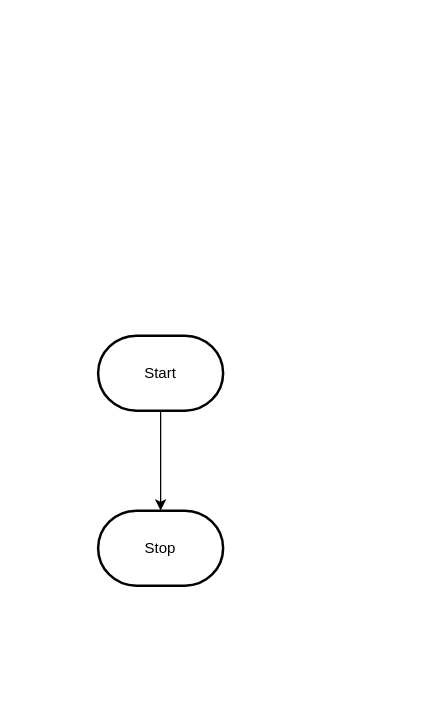
Above: design/flowchart.drawio in MTHS-ICD2O-1-2023/ICD2O-Unit-5-04-giordan-zeina (draw.io), before the change. Source tidied: cells renumbered, new cells numbered last; positions are measured from the earlier drawing's top-left corner, leaving out a move shared by most shapes. Both pictures are drawn from the tidied source at 125%, with x=0, y=0 at pixel (98, 335).
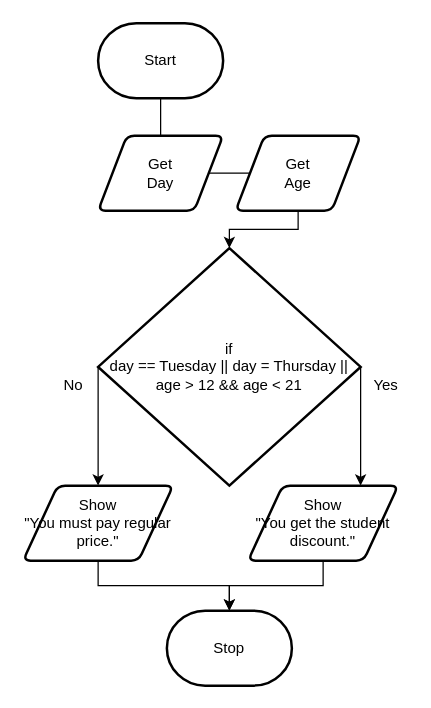
The same page after the edit.

Change to the diagram source:
```diff
@@
-    <mxCell id="2" style="edgeStyle=orthogonalEdgeStyle;html=1;rounded=0;" parent="1" edge="1" source="3" target="4">
-      <mxGeometry relative="1" as="geometry" />
-    </mxCell>
     <mxCell id="3" value="Start" style="strokeWidth=2;html=1;shape=mxgraph.flowchart.terminator;whiteSpace=wrap;" parent="1" vertex="1">
-      <mxGeometry width="100" height="60" as="geometry" />
+      <mxGeometry y="-250" width="100" height="60" as="geometry" />
     </mxCell>
     <mxCell id="4" value="Stop" style="strokeWidth=2;html=1;shape=mxgraph.flowchart.terminator;whiteSpace=wrap;" parent="1" vertex="1">
-      <mxGeometry y="140" width="100" height="60" as="geometry" />
+      <mxGeometry x="55" y="220" width="100" height="60" as="geometry" />
     </mxCell>
+    <mxCell id="5" style="edgeStyle=orthogonalEdgeStyle;html=1;rounded=0;endArrow=none;" parent="1" edge="1" source="3" target="6">
+      <mxGeometry relative="1" as="geometry" />
+    </mxCell>
+    <mxCell id="6" value="Get&lt;br&gt;Day" style="shape=parallelogram;html=1;strokeWidth=2;perimeter=parallelogramPerimeter;whiteSpace=wrap;rounded=1;arcSize=12;size=0.23;" parent="1" vertex="1">
+      <mxGeometry y="-160" width="100" height="60" as="geometry" />
+    </mxCell>
+    <mxCell id="7" style="edgeStyle=orthogonalEdgeStyle;html=1;rounded=0;startArrow=none;endArrow=none;" parent="1" edge="1" source="6" target="9">
+      <mxGeometry relative="1" as="geometry" />
+    </mxCell>
+    <mxCell id="8" style="edgeStyle=orthogonalEdgeStyle;html=1;entryX=0.5;entryY=0;entryDx=0;entryDy=0;entryPerimeter=0;rounded=0;" parent="1" edge="1" source="9" target="12">
+      <mxGeometry relative="1" as="geometry" />
+    </mxCell>
+    <mxCell id="9" value="Get&lt;br&gt;Age" style="shape=parallelogram;html=1;strokeWidth=2;perimeter=parallelogramPerimeter;whiteSpace=wrap;rounded=1;arcSize=12;size=0.23;" parent="1" vertex="1">
+      <mxGeometry x="110" y="-160" width="100" height="60" as="geometry" />
+    </mxCell>
+    <mxCell id="10" style="edgeStyle=orthogonalEdgeStyle;rounded=0;html=1;exitX=0;exitY=0.5;exitDx=0;exitDy=0;exitPerimeter=0;entryX=0.5;entryY=0;entryDx=0;entryDy=0;" parent="1" edge="1" source="12" target="16">
+      <mxGeometry relative="1" as="geometry">
+        <Array as="points">
+          <mxPoint y="120" />
+        </Array>
+      </mxGeometry>
+    </mxCell>
+    <mxCell id="11" style="edgeStyle=orthogonalEdgeStyle;rounded=0;html=1;exitX=1;exitY=0.5;exitDx=0;exitDy=0;exitPerimeter=0;entryX=0.75;entryY=0;entryDx=0;entryDy=0;" parent="1" edge="1" source="12" target="14">
+      <mxGeometry relative="1" as="geometry">
+        <Array as="points">
+          <mxPoint x="210" y="110" />
+          <mxPoint x="210" y="110" />
+        </Array>
+      </mxGeometry>
+    </mxCell>
+    <mxCell id="12" value="if&lt;br&gt;day == Tuesday || day = Thursday ||&lt;br&gt;age &amp;gt; 12 &amp;amp;&amp;amp; age &amp;lt; 21" style="strokeWidth=2;html=1;shape=mxgraph.flowchart.decision;whiteSpace=wrap;" parent="1" vertex="1">
+      <mxGeometry y="-70" width="210" height="190" as="geometry" />
+    </mxCell>
+    <mxCell id="13" style="edgeStyle=orthogonalEdgeStyle;rounded=0;html=1;" parent="1" edge="1" source="14" target="4">
+      <mxGeometry relative="1" as="geometry" />
+    </mxCell>
+    <mxCell id="14" value="Show&lt;br&gt;&quot;You get the student discount.&quot;" style="shape=parallelogram;html=1;strokeWidth=2;perimeter=parallelogramPerimeter;whiteSpace=wrap;rounded=1;arcSize=12;size=0.23;" parent="1" vertex="1">
+      <mxGeometry x="120" y="120" width="120" height="60" as="geometry" />
+    </mxCell>
+    <mxCell id="15" style="edgeStyle=orthogonalEdgeStyle;rounded=0;html=1;entryX=0.5;entryY=0;entryDx=0;entryDy=0;entryPerimeter=0;" parent="1" edge="1" source="16" target="4">
+      <mxGeometry relative="1" as="geometry" />
+    </mxCell>
+    <mxCell id="16" value="Show&lt;br&gt;&quot;You must pay regular price.&quot;" style="shape=parallelogram;html=1;strokeWidth=2;perimeter=parallelogramPerimeter;whiteSpace=wrap;rounded=1;arcSize=12;size=0.23;" parent="1" vertex="1">
+      <mxGeometry x="-60" y="120" width="120" height="60" as="geometry" />
+    </mxCell>
+    <mxCell id="17" value="No" style="text;html=1;align=center;verticalAlign=middle;strokeColor=none;fillColor=none;" parent="1" vertex="1">
+      <mxGeometry x="-40" y="25" width="40" height="30" as="geometry" />
+    </mxCell>
+    <mxCell id="18" value="Yes" style="text;html=1;align=center;verticalAlign=middle;strokeColor=none;fillColor=none;" parent="1" vertex="1">
+      <mxGeometry x="210" y="25" width="40" height="30" as="geometry" />
+    </mxCell>
```
